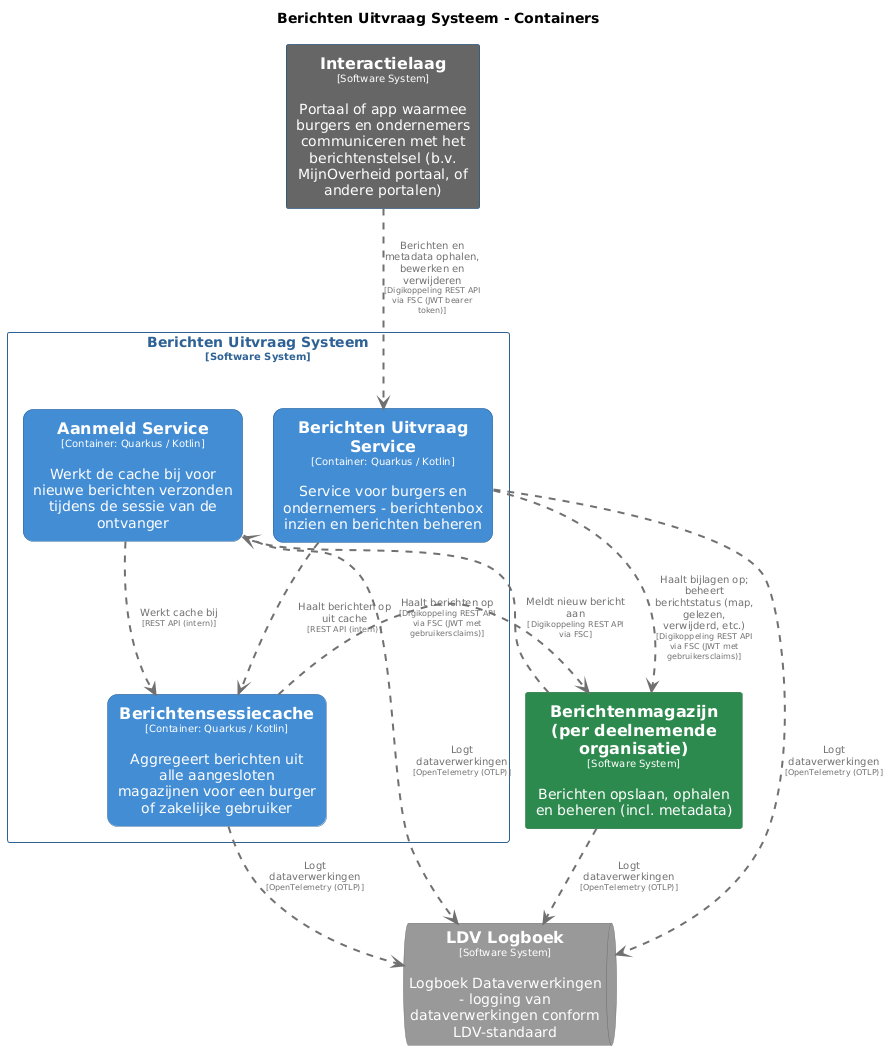
The PlantUML diagram pr-preview/pr-22/master/png/BerichtenUitvraagSysteemContainers.png in MinBZK/moza-poc-fbs-berichtenbox, before a commit.
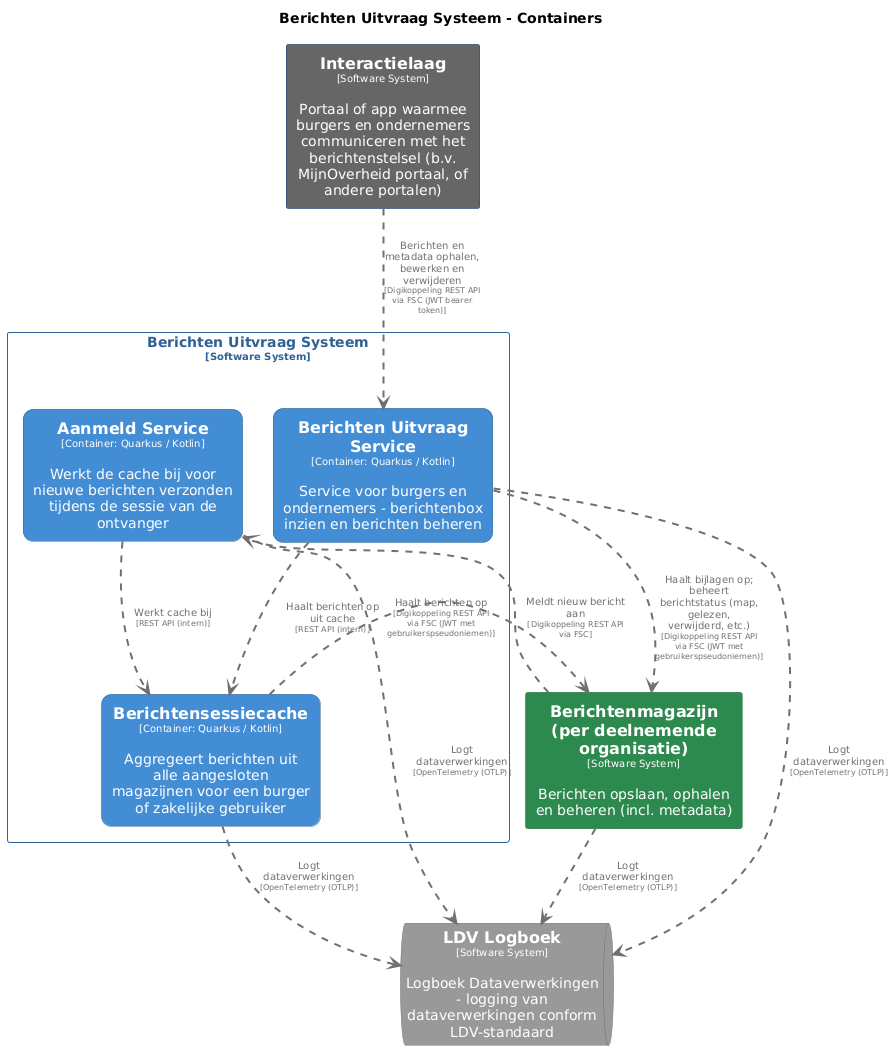
The same file after the commit.

Change to the diagram source:
```diff
@@ -77,7 +77,7 @@
 BerichtenUitvraagSysteem.AanmeldService .[#707070,thickness=2].> BerichtenUitvraagSysteem.Berichtensessiecache : "<color:#707070>Werkt cache bij\n<color:#707070><size:8>[REST API (intern)]</size>"
 BerichtenUitvraagSysteem.BerichtenUitvraagService .[#707070,thickness=2].> BerichtenUitvraagSysteem.Berichtensessiecache : "<color:#707070>Haalt berichten op uit cache\n<color:#707070><size:8>[REST API (intern)]</size>"
 Interactielaag .[#707070,thickness=2].> BerichtenUitvraagSysteem.BerichtenUitvraagService : "<color:#707070>Berichten en metadata ophalen, bewerken en verwijderen\n<color:#707070><size:8>[Digikoppeling REST API via FSC (JWT bearer token)]</size>"
-BerichtenUitvraagSysteem.BerichtenUitvraagService .[#707070,thickness=2].> Berichtenmagazijnperdeelnemendeorganisatie : "<color:#707070>Haalt bijlagen op; beheert berichtstatus (map, gelezen, verwijderd, etc.)\n<color:#707070><size:8>[Digikoppeling REST API via FSC (JWT met gebruikersclaims)]</size>"
+BerichtenUitvraagSysteem.BerichtenUitvraagService .[#707070,thickness=2].> Berichtenmagazijnperdeelnemendeorganisatie : "<color:#707070>Haalt bijlagen op; beheert berichtstatus (map, gelezen, verwijderd, etc.)\n<color:#707070><size:8>[Digikoppeling REST API via FSC (JWT met gebruikerspseudoniemen)]</size>"
 Berichtenmagazijnperdeelnemendeorganisatie .[#707070,thickness=2].> BerichtenUitvraagSysteem.AanmeldService : "<color:#707070>Meldt nieuw bericht aan\n<color:#707070><size:8>[Digikoppeling REST API via FSC]</size>"
-BerichtenUitvraagSysteem.Berichtensessiecache .[#707070,thickness=2].> Berichtenmagazijnperdeelnemendeorganisatie : "<color:#707070>Haalt berichten op\n<color:#707070><size:8>[Digikoppeling REST API via FSC (JWT met gebruikersclaims)]</size>"
+BerichtenUitvraagSysteem.Berichtensessiecache .[#707070,thickness=2].> Berichtenmagazijnperdeelnemendeorganisatie : "<color:#707070>Haalt berichten op\n<color:#707070><size:8>[Digikoppeling REST API via FSC (JWT met gebruikerspseudoniemen)]</size>"
 @enduml
```
